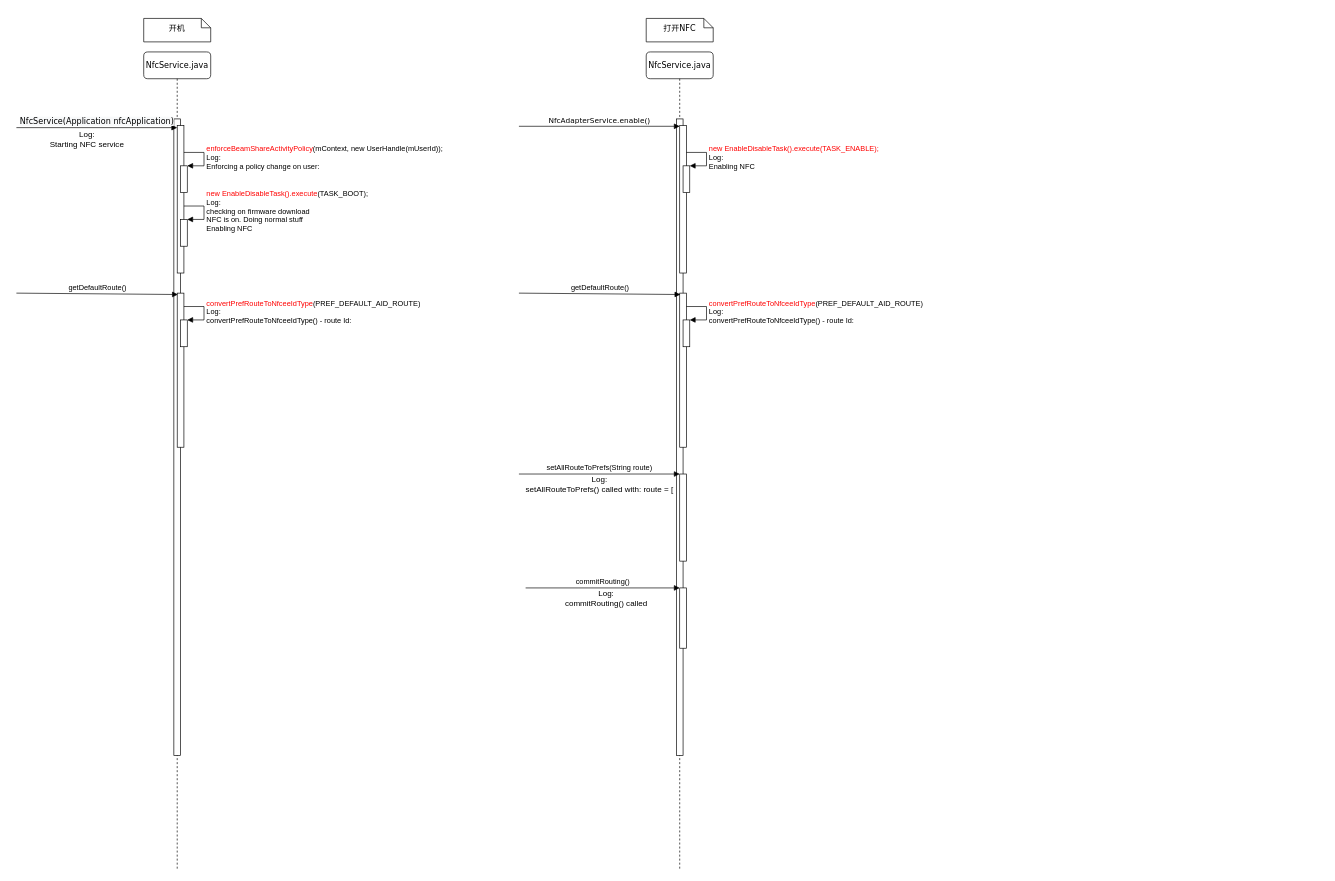
Earlier version of the draw.io diagram Seq-NfcService流程.drawio (SuperSources/draw.io). Source tidied: cells renumbered, new cells numbered last; positions are measured from the earlier drawing's top-left corner, leaving out a move shared by most shapes. Both pictures are drawn from the tidied source at 67%, with x=0, y=0 at pixel (16, 18).
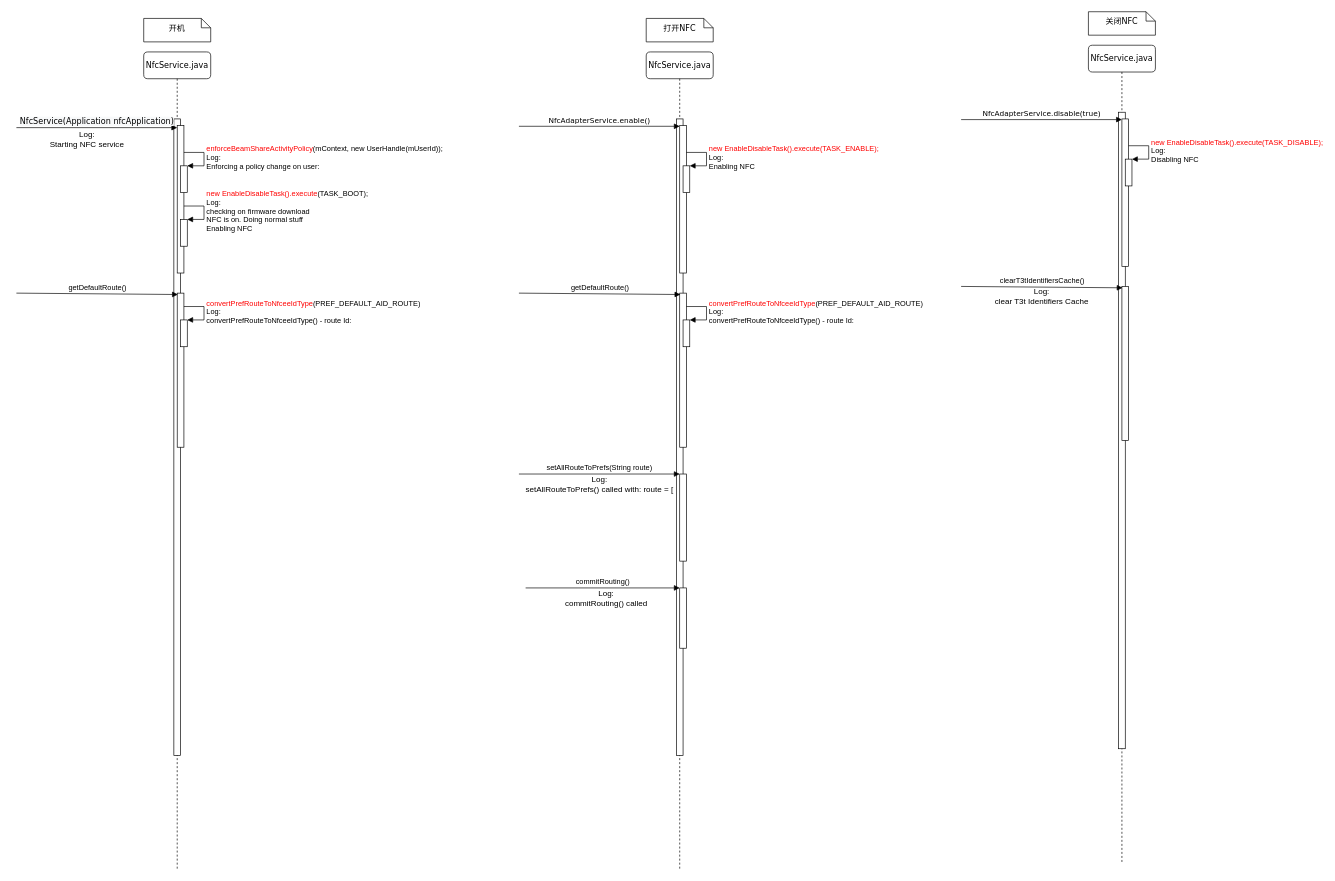
Above is the later version.

Diff of the diagram source:
```diff
@@
+    <mxCell id="33" value="NfcService.java" style="shape=umlLifeline;perimeter=lifelinePerimeter;whiteSpace=wrap;html=1;rounded=1;shadow=0;comic=0;labelBackgroundColor=none;strokeWidth=1;fontFamily=Verdana;fontSize=12;align=center;" parent="1" vertex="1">
+      <mxGeometry x="1600" y="40" width="100" height="1220" as="geometry" />
+    </mxCell>
+    <mxCell id="34" style="html=1;perimeter=orthogonalPerimeter;rounded=0;shadow=0;comic=0;labelBackgroundColor=none;strokeWidth=1;fontFamily=Verdana;fontSize=12;align=center;" parent="33" vertex="1">
+      <mxGeometry x="45" y="100" width="10" height="950" as="geometry" />
+    </mxCell>
+    <mxCell id="35" style="html=1;perimeter=orthogonalPerimeter;" parent="33" vertex="1">
+      <mxGeometry x="50" y="110" width="10" height="220" as="geometry" />
+    </mxCell>
+    <mxCell id="36" style="html=1;points=[];perimeter=orthogonalPerimeter;" parent="33" vertex="1">
+      <mxGeometry x="50" y="360" width="10" height="230" as="geometry" />
+    </mxCell>
+    <mxCell id="37" style="html=1;points=[];perimeter=orthogonalPerimeter;" parent="33" vertex="1">
+      <mxGeometry x="55" y="170" width="10" height="40" as="geometry" />
+    </mxCell>
+    <mxCell id="38" value="&lt;div&gt;&lt;font color=&quot;#ff0000&quot;&gt;&lt;span style=&quot;font-size: 11px;&quot;&gt;new EnableDisableTask().execute(TASK_DISABLE);&lt;/span&gt;&lt;/font&gt;&lt;/div&gt;&lt;span style=&quot;font-size: 11px;&quot;&gt;Log:&lt;/span&gt;&lt;br&gt;&lt;span style=&quot;font-size: 11px;&quot;&gt;Disabling NFC&lt;/span&gt;" style="edgeStyle=orthogonalEdgeStyle;html=1;align=left;spacingLeft=2;endArrow=block;rounded=0;entryX=1;entryY=0;" parent="33" edge="1" target="37">
+      <mxGeometry relative="1" as="geometry">
+        <mxPoint x="60" y="150" as="sourcePoint" />
+        <Array as="points">
+          <mxPoint x="90" y="150" />
+        </Array>
+      </mxGeometry>
+    </mxCell>
+    <mxCell id="39" value="关闭NFC" style="shape=note;whiteSpace=wrap;html=1;size=14;verticalAlign=middle;align=center;spacingTop=-6;rounded=0;shadow=0;comic=0;labelBackgroundColor=none;strokeWidth=1;fontFamily=Verdana;fontSize=12;labelPosition=center;verticalLabelPosition=middle;" parent="1" vertex="1">
+      <mxGeometry x="1600" y="-10" width="100" height="35" as="geometry" />
+    </mxCell>
+    <mxCell id="40" value="&lt;font face=&quot;Verdana&quot;&gt;NfcAdapterService.&lt;span style=&quot;font-size: 11px;&quot;&gt;disable&lt;/span&gt;(true)&lt;/font&gt;" style="html=1;verticalAlign=bottom;endArrow=block;rounded=0;" parent="1" edge="1">
+      <mxGeometry relative="1" as="geometry">
+        <mxPoint x="1410" y="151" as="sourcePoint" />
+        <mxPoint x="1650" y="151" as="targetPoint" />
+      </mxGeometry>
+    </mxCell>
+    <mxCell id="41" value="clearT3tIdentifiersCache()" style="html=1;verticalAlign=bottom;endArrow=block;rounded=0;entryX=0.1;entryY=0.009;entryDx=0;entryDy=0;entryPerimeter=0;" parent="1" edge="1" target="36">
+      <mxGeometry relative="1" as="geometry">
+        <mxPoint x="1410" y="400" as="sourcePoint" />
+      </mxGeometry>
+    </mxCell>
+    <mxCell id="42" value="Log:&lt;br&gt;clear T3t Identifiers Cache" style="text;html=1;align=center;verticalAlign=middle;fillColor=none;strokeColor=none;rounded=0;fontColor=#000000;" parent="1" vertex="1">
+      <mxGeometry x="1450" y="400" width="160" height="30" as="geometry" />
+    </mxCell>
```
